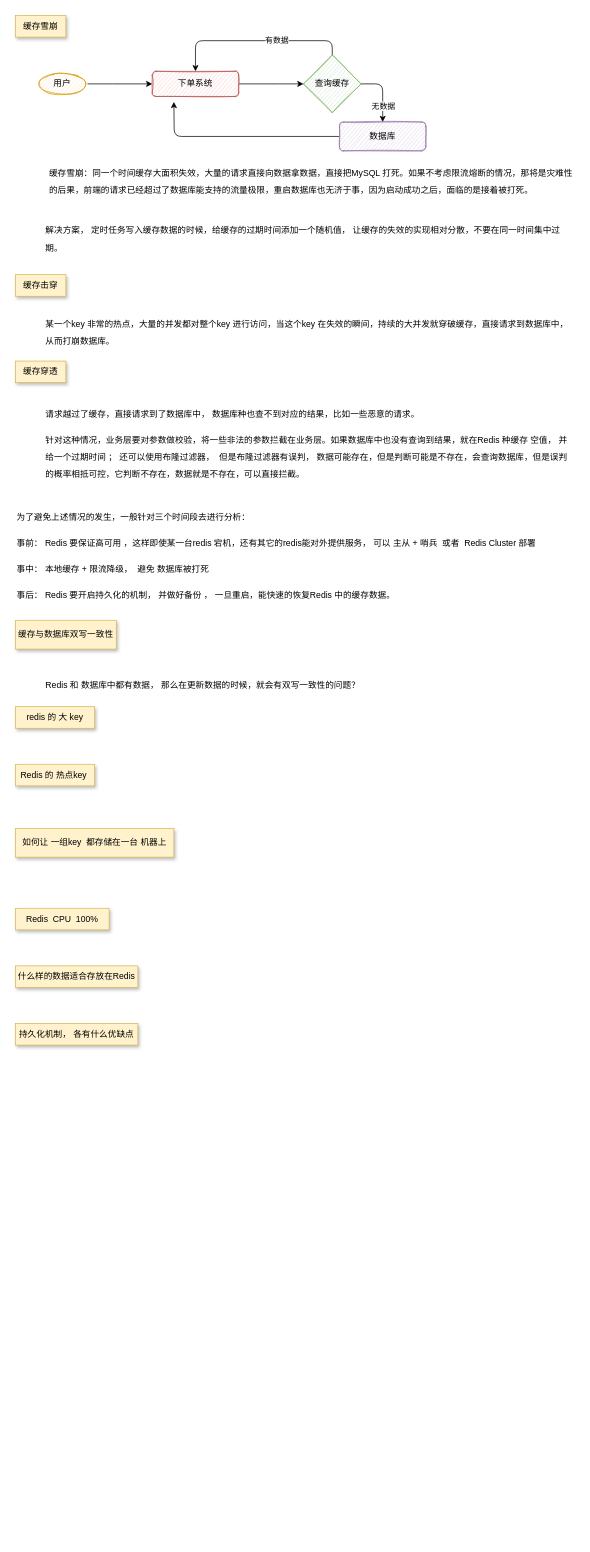
Earlier version of the draw.io diagram page "线上故障" (6 of 6) of redis.drawio (topyuluo/photo-project). Source tidied: cells renumbered, new cells numbered last; positions are measured from the earlier drawing's top-left corner, leaving out a move shared by most shapes. Both pictures are drawn from the tidied source at 72%, with x=0, y=0 at pixel (15, 15).
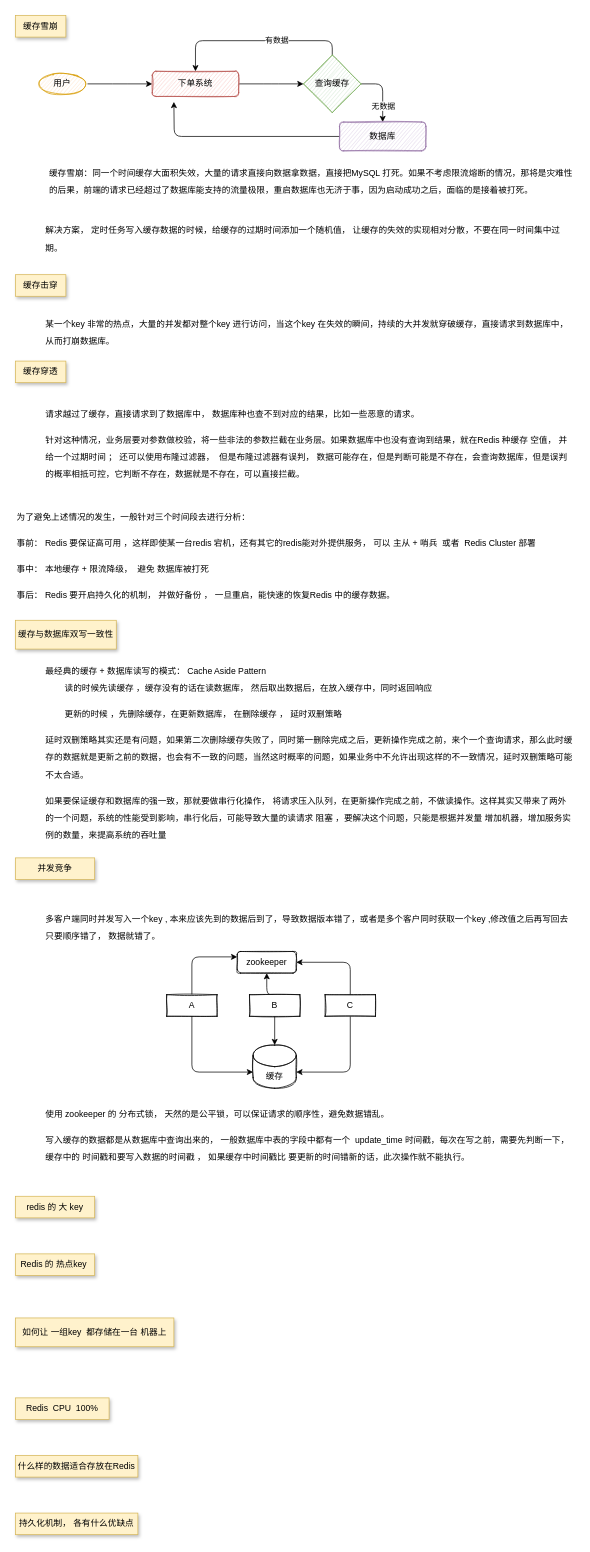
The same diagram, later.

Diff of the diagram source:
```diff
@@
-    <mxCell id="22" value="&lt;p style=&quot;line-height: 200%&quot;&gt;Redis 和 数据库中都有数据， 那么在更新数据的时候，就会有双写一致性的问题？&lt;/p&gt;" style="text;html=1;strokeColor=none;fillColor=none;align=left;verticalAlign=middle;whiteSpace=wrap;rounded=0;labelBackgroundColor=none;sketch=1;" parent="1" vertex="1">
-      <mxGeometry x="40" y="910" width="735" height="40" as="geometry" />
-    </mxCell>
     <mxCell id="23" value="redis 的 大 key" style="text;html=1;strokeColor=#d6b656;fillColor=#fff2cc;align=center;verticalAlign=middle;whiteSpace=wrap;rounded=0;fontSize=12;shadow=1;" parent="1" vertex="1">
-      <mxGeometry y="960" width="110" height="30" as="geometry" />
+      <mxGeometry y="1640" width="110" height="30" as="geometry" />
     </mxCell>
     <mxCell id="24" value="Redis 的 热点key&amp;nbsp;" style="text;html=1;strokeColor=#d6b656;fillColor=#fff2cc;align=center;verticalAlign=middle;whiteSpace=wrap;rounded=0;fontSize=12;shadow=1;" parent="1" vertex="1">
-      <mxGeometry y="1040" width="110" height="30" as="geometry" />
+      <mxGeometry y="1720" width="110" height="30" as="geometry" />
     </mxCell>
     <mxCell id="25" value="如何让 一组key&amp;nbsp; 都存储在一台 机器上" style="text;html=1;strokeColor=#d6b656;fillColor=#fff2cc;align=center;verticalAlign=middle;whiteSpace=wrap;rounded=0;fontSize=12;shadow=1;" parent="1" vertex="1">
-      <mxGeometry y="1129" width="220" height="40" as="geometry" />
+      <mxGeometry y="1809" width="220" height="40" as="geometry" />
     </mxCell>
     <mxCell id="26" value="Redis&amp;nbsp; CPU&amp;nbsp; 100%" style="text;html=1;strokeColor=#d6b656;fillColor=#fff2cc;align=center;verticalAlign=middle;whiteSpace=wrap;rounded=0;fontSize=12;shadow=1;" parent="1" vertex="1">
-      <mxGeometry y="1240" width="130" height="30" as="geometry" />
+      <mxGeometry y="1920" width="130" height="30" as="geometry" />
     </mxCell>
     <mxCell id="27" value="什么样的数据适合存放在Redis" style="text;html=1;strokeColor=#d6b656;fillColor=#fff2cc;align=center;verticalAlign=middle;whiteSpace=wrap;rounded=0;fontSize=12;shadow=1;" parent="1" vertex="1">
-      <mxGeometry y="1320" width="170" height="30" as="geometry" />
+      <mxGeometry y="2000" width="170" height="30" as="geometry" />
     </mxCell>
     <mxCell id="28" value="持久化机制， 各有什么优缺点" style="text;html=1;strokeColor=#d6b656;fillColor=#fff2cc;align=center;verticalAlign=middle;whiteSpace=wrap;rounded=0;fontSize=12;shadow=1;" parent="1" vertex="1">
-      <mxGeometry y="1400" width="170" height="30" as="geometry" />
+      <mxGeometry y="2080" width="170" height="30" as="geometry" />
     </mxCell>
+    <mxCell id="29" value="&lt;p style=&quot;line-height: 0px&quot;&gt;最经典的缓存 + 数据库读写的模式： Cache Aside Pattern&amp;nbsp;&lt;/p&gt;&lt;p style=&quot;line-height: 24px&quot;&gt;&amp;nbsp; &amp;nbsp; &amp;nbsp; &amp;nbsp; 读的时候先读缓存 ，缓存没有的话在读数据库， 然后取出数据后，在放入缓存中，同时返回响应&lt;/p&gt;&lt;p style=&quot;line-height: 24px&quot;&gt;&amp;nbsp; &amp;nbsp; &amp;nbsp; &amp;nbsp; 更新的时候 ，先删除缓存，在更新数据库， 在删除缓存 ， 延时双删策略&lt;/p&gt;&lt;p style=&quot;line-height: 24px&quot;&gt;延时双删策略其实还是有问题，如果第二次删除缓存失败了，同时第一删除完成之后，更新操作完成之前，来个一个查询请求，那么此时缓存的数据就是更新之前的数据，也会有不一致的问题，当然这时概率的问题，如果业务中不允许出现这样的不一致情况，延时双删策略可能不太合适。&lt;/p&gt;&lt;p style=&quot;line-height: 24px&quot;&gt;如果要保证缓存和数据库的强一致，那就要做串行化操作， 将请求压入队列，在更新操作完成之前，不做读操作。这样其实又带来了两外的一个问题，系统的性能受到影响，串行化后，可能导致大量的读请求 阻塞 ，要解决这个问题，只能是根据并发量 增加机器，增加服务实例的数量，来提高系统的吞吐量&lt;/p&gt;" style="text;html=1;strokeColor=none;fillColor=none;align=left;verticalAlign=middle;whiteSpace=wrap;rounded=0;labelBackgroundColor=none;sketch=1;" parent="1" vertex="1">
+      <mxGeometry x="40" y="900" width="735" height="260" as="geometry" />
+    </mxCell>
+    <mxCell id="30" value="并发竞争" style="text;html=1;strokeColor=#d6b656;fillColor=#fff2cc;align=center;verticalAlign=middle;whiteSpace=wrap;rounded=0;fontSize=12;shadow=1;" parent="1" vertex="1">
+      <mxGeometry y="1170" width="110" height="30" as="geometry" />
+    </mxCell>
+    <mxCell id="31" value="&lt;p style=&quot;line-height: 200%&quot;&gt;多客户端同时并发写入一个key , 本来应该先到的数据后到了，导致数据版本错了，或者是多个客户同时获取一个key ,修改值之后再写回去&lt;/p&gt;&lt;p style=&quot;line-height: 0px&quot;&gt;只要顺序错了， 数据就错了。&lt;/p&gt;" style="text;html=1;strokeColor=none;fillColor=none;align=left;verticalAlign=middle;whiteSpace=wrap;rounded=0;labelBackgroundColor=none;sketch=1;" parent="1" vertex="1">
+      <mxGeometry x="40" y="1230" width="735" height="60" as="geometry" />
+    </mxCell>
+    <mxCell id="32" value="zookeeper" style="rounded=1;whiteSpace=wrap;html=1;shadow=0;labelBackgroundColor=none;sketch=1;align=center;" parent="1" vertex="1">
+      <mxGeometry x="308" y="1300" width="82" height="30" as="geometry" />
+    </mxCell>
+    <mxCell id="33" value="缓存" style="shape=cylinder3;whiteSpace=wrap;html=1;boundedLbl=1;backgroundOutline=1;size=15;shadow=0;labelBackgroundColor=none;sketch=1;align=center;" parent="1" vertex="1">
+      <mxGeometry x="330" y="1430" width="60" height="60" as="geometry" />
+    </mxCell>
+    <mxCell id="34" style="edgeStyle=orthogonalEdgeStyle;rounded=1;jettySize=auto;html=1;exitX=0.5;exitY=0;exitDx=0;exitDy=0;entryX=0;entryY=0.25;entryDx=0;entryDy=0;startArrow=none;startFill=0;" parent="1" edge="1" source="36" target="32">
+      <mxGeometry relative="1" as="geometry" />
+    </mxCell>
+    <mxCell id="35" style="edgeStyle=orthogonalEdgeStyle;rounded=1;jettySize=auto;html=1;exitX=0.5;exitY=1;exitDx=0;exitDy=0;entryX=0;entryY=0;entryDx=0;entryDy=37.5;entryPerimeter=0;startArrow=none;startFill=0;" parent="1" edge="1" source="36" target="33">
+      <mxGeometry relative="1" as="geometry" />
+    </mxCell>
+    <mxCell id="36" value="A" style="rounded=0;whiteSpace=wrap;html=1;shadow=0;labelBackgroundColor=none;sketch=1;align=center;" parent="1" vertex="1">
+      <mxGeometry x="210" y="1360" width="70" height="30" as="geometry" />
+    </mxCell>
+    <mxCell id="37" style="edgeStyle=orthogonalEdgeStyle;rounded=1;jettySize=auto;html=1;exitX=0.5;exitY=0;exitDx=0;exitDy=0;entryX=0.5;entryY=1;entryDx=0;entryDy=0;startArrow=none;startFill=0;" parent="1" edge="1" source="39" target="32">
+      <mxGeometry relative="1" as="geometry" />
+    </mxCell>
+    <mxCell id="38" style="edgeStyle=orthogonalEdgeStyle;rounded=1;jettySize=auto;html=1;exitX=0.5;exitY=1;exitDx=0;exitDy=0;startArrow=none;startFill=0;" parent="1" edge="1" source="39" target="33">
+      <mxGeometry relative="1" as="geometry" />
+    </mxCell>
+    <mxCell id="39" value="B" style="rounded=0;whiteSpace=wrap;html=1;shadow=0;labelBackgroundColor=none;sketch=1;align=center;" parent="1" vertex="1">
+      <mxGeometry x="325" y="1360" width="70" height="30" as="geometry" />
+    </mxCell>
+    <mxCell id="40" style="edgeStyle=orthogonalEdgeStyle;rounded=1;jettySize=auto;html=1;exitX=0.5;exitY=0;exitDx=0;exitDy=0;entryX=1;entryY=0.5;entryDx=0;entryDy=0;startArrow=none;startFill=0;" parent="1" edge="1" source="42" target="32">
+      <mxGeometry relative="1" as="geometry" />
+    </mxCell>
+    <mxCell id="41" style="edgeStyle=orthogonalEdgeStyle;rounded=1;jettySize=auto;html=1;exitX=0.5;exitY=1;exitDx=0;exitDy=0;entryX=1;entryY=0;entryDx=0;entryDy=37.5;entryPerimeter=0;startArrow=none;startFill=0;" parent="1" edge="1" source="42" target="33">
+      <mxGeometry relative="1" as="geometry" />
+    </mxCell>
+    <mxCell id="42" value="C" style="rounded=0;whiteSpace=wrap;html=1;shadow=0;labelBackgroundColor=none;sketch=1;align=center;" parent="1" vertex="1">
+      <mxGeometry x="430" y="1360" width="70" height="30" as="geometry" />
+    </mxCell>
+    <mxCell id="43" value="&lt;p style=&quot;line-height: 200%&quot;&gt;使用 zookeeper 的 分布式锁， 天然的是公平锁，可以保证请求的顺序性，避免数据错乱。&lt;/p&gt;&lt;p style=&quot;line-height: 200%&quot;&gt;写入缓存的数据都是从数据库中查询出来的， 一般数据库中表的字段中都有一个&amp;nbsp; update_time 时间戳，每次在写之前，需要先判断一下，缓存中的 时间戳和要写入数据的时间戳 ， 如果缓存中时间戳比 要更新的时间错新的话，此次操作就不能执行。&amp;nbsp;&lt;/p&gt;" style="text;html=1;strokeColor=none;fillColor=none;align=left;verticalAlign=middle;whiteSpace=wrap;rounded=0;labelBackgroundColor=none;sketch=1;" parent="1" vertex="1">
+      <mxGeometry x="40" y="1500" width="735" height="110" as="geometry" />
+    </mxCell>
```
